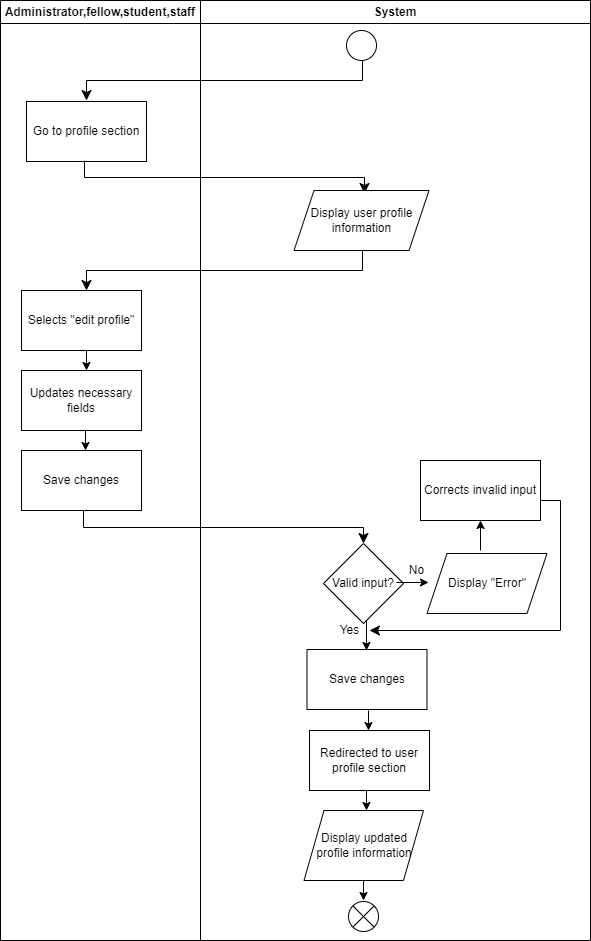
The draw.io diagram project/drawio/stakeholder/activity diagram/uc03.png in drshahizan/software-engineering, before a commit. Source tidied: cells renumbered, new cells last; positions are measured from the earlier drawing's top-left corner, leaving out a move shared by most shapes.
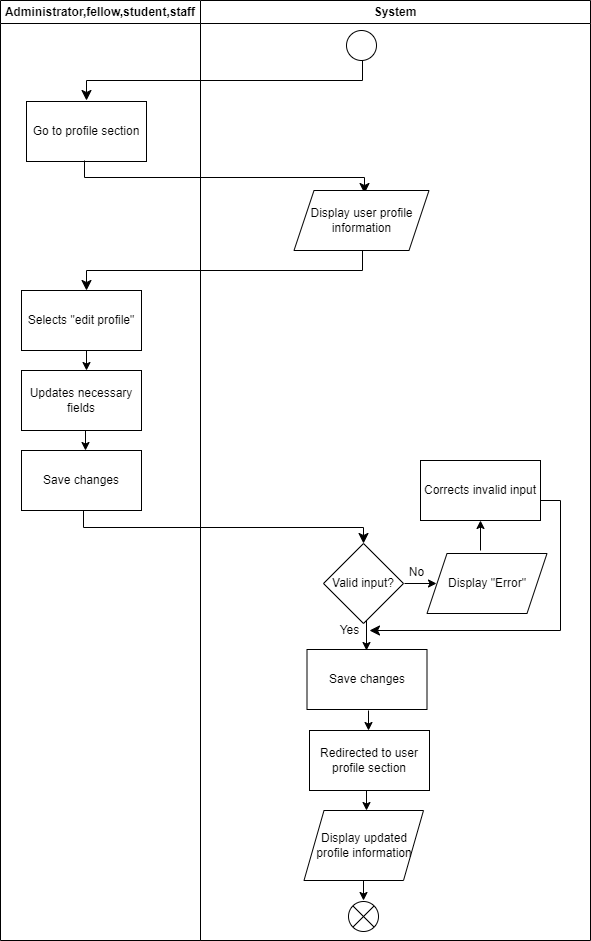
After the commit.

The edit, as a diff of the source:
```diff
@@ -106,8 +106,8 @@
     </mxCell>
     <mxCell id="26" style="endArrow=classic;html=1;" parent="25" edge="1">
       <mxGeometry relative="1" as="geometry">
-        <mxPoint x="196" y="582" as="sourcePoint" />
-        <mxPoint x="228" y="582" as="targetPoint" />
+        <mxPoint x="204" y="583" as="sourcePoint" />
+        <mxPoint x="236" y="583" as="targetPoint" />
       </mxGeometry>
     </mxCell>
     <mxCell id="27" style="endArrow=classic;html=1;" parent="25" edge="1">
@@ -128,8 +128,8 @@
         </Array>
       </mxGeometry>
     </mxCell>
-    <mxCell id="30" value="No" style="text;html=1;align=center;verticalAlign=middle;strokeColor=none;fillColor=none;" parent="1" vertex="1">
-      <mxGeometry x="396" y="555" width="40" height="30" as="geometry" />
+    <mxCell id="30" value="No" style="text;html=1;align=center;verticalAlign=middle;strokeColor=none;fillColor=none;" parent="25" vertex="1">
+      <mxGeometry x="196" y="557" width="40" height="30" as="geometry" />
     </mxCell>
     <mxCell id="31" value="Display &quot;Error&quot;" style="shape=parallelogram;perimeter=parallelogramPerimeter;whiteSpace=wrap;html=1;fixedSize=1;" parent="1" vertex="1">
       <mxGeometry x="426.5" y="553" width="120" height="60" as="geometry" />
```
